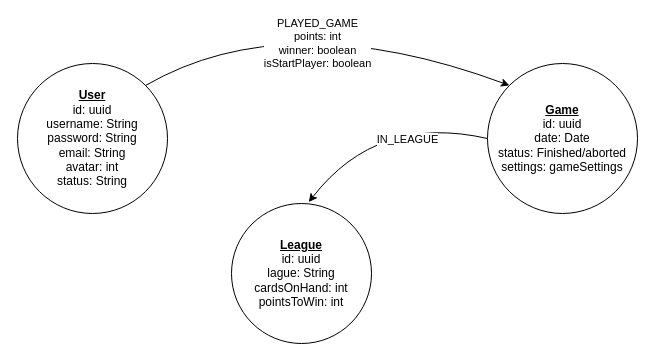
Above: page "simple version" (1 of 2) of Database.drawio in BitLord69/SGFM2 (draw.io), before the change. Source tidied: cells renumbered, new cells numbered last; positions are measured from the earlier drawing's top-left corner, leaving out a move shared by most shapes. Both pictures are drawn from the tidied source at 100%, with x=0, y=0 at pixel (17, 3).
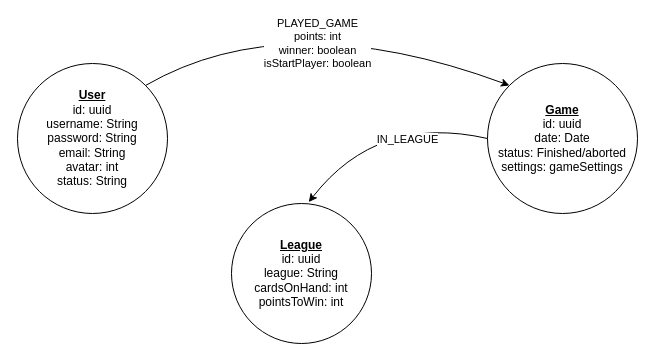
Above is the later version.

Diff of the diagram source:
```diff
@@
 <mxGraphModel>
   <root>
     <mxCell id="0" />
     <mxCell id="1" parent="0" />
     <mxCell id="2" value="&lt;u style=&quot;font-weight: bold&quot;&gt;User&lt;/u&gt;&lt;br&gt;id: uuid&lt;br&gt;username: String&lt;br&gt;password: String&lt;br&gt;email: String&lt;br&gt;avatar: int&lt;br&gt;status: String" style="ellipse;whiteSpace=wrap;html=1;" parent="1" vertex="1">
       <mxGeometry y="60" width="150" height="150" as="geometry" />
     </mxCell>
     <mxCell id="3" value="&lt;u&gt;&lt;b&gt;Game&lt;/b&gt;&lt;/u&gt;&lt;br&gt;id: uuid&lt;br&gt;date: Date&lt;br&gt;status: Finished/aborted&lt;br&gt;settings: gameSettings" style="ellipse;whiteSpace=wrap;html=1;" parent="1" vertex="1">
       <mxGeometry x="470" y="60" width="150" height="150" as="geometry" />
     </mxCell>
     <mxCell id="4" style="curved=1;endArrow=classic;html=1;exitX=1;exitY=0;exitDx=0;exitDy=0;entryX=0;entryY=0;entryDx=0;entryDy=0;" parent="1" edge="1" source="2" target="3">
       <mxGeometry relative="1" as="geometry">
         <Array as="points">
           <mxPoint x="270" />
         </Array>
       </mxGeometry>
     </mxCell>
     <mxCell id="5" value="PLAYED_GAME&lt;br&gt;points: int&lt;br&gt;winner: boolean&lt;br&gt;isStartPlayer: boolean" style="edgeLabel;html=1;align=center;verticalAlign=middle;" parent="4" vertex="1">
       <mxGeometry x="0.02" y="-34" relative="1" as="geometry">
         <mxPoint x="3.4" y="-6.1" as="offset" />
       </mxGeometry>
     </mxCell>
-    <mxCell id="6" value="&lt;u&gt;&lt;b&gt;League&lt;/b&gt;&lt;/u&gt;&lt;br&gt;id: uuid&lt;br&gt;lague: String&lt;br&gt;cardsOnHand: int&lt;br&gt;pointsToWin: int" style="ellipse;whiteSpace=wrap;html=1;" parent="1" vertex="1">
+    <mxCell id="6" value="&lt;u&gt;&lt;b&gt;League&lt;/b&gt;&lt;/u&gt;&lt;br&gt;id: uuid&lt;br&gt;league: String&lt;br&gt;cardsOnHand: int&lt;br&gt;pointsToWin: int" style="ellipse;whiteSpace=wrap;html=1;" parent="1" vertex="1">
       <mxGeometry x="214" y="200" width="140" height="140" as="geometry" />
     </mxCell>
     <mxCell id="7" style="curved=1;endArrow=classic;html=1;exitX=0;exitY=0.5;exitDx=0;exitDy=0;entryX=0.552;entryY=-0.01;entryDx=0;entryDy=0;entryPerimeter=0;" parent="1" edge="1" source="3" target="6">
       <mxGeometry relative="1" as="geometry">
         <Array as="points">
           <mxPoint x="360" y="110" />
         </Array>
       </mxGeometry>
     </mxCell>
     <mxCell id="8" value="IN_LEAGUE" style="edgeLabel;html=1;align=center;verticalAlign=middle;" parent="7" vertex="1">
       <mxGeometry x="0.19" y="17" relative="1" as="geometry">
         <mxPoint x="29.4" y="-2" as="offset" />
       </mxGeometry>
     </mxCell>
   </root>
 </mxGraphModel>
```
